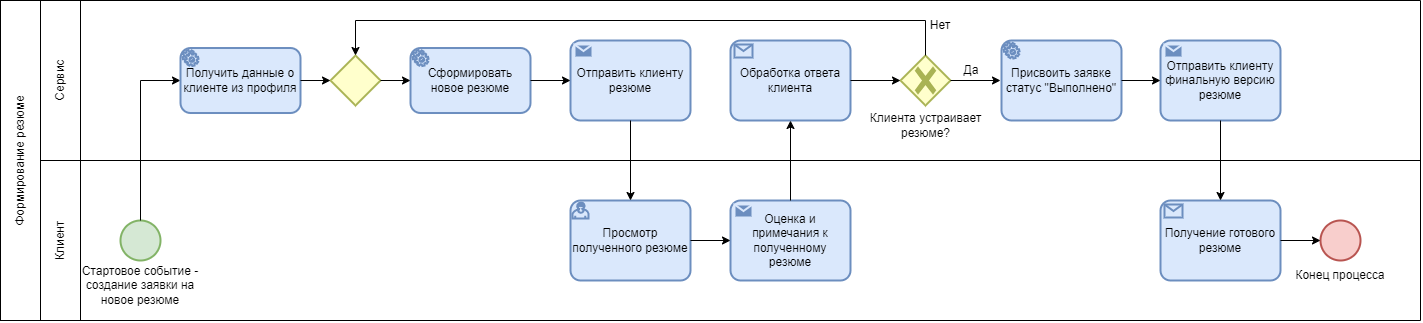
Before: diagrams_preview/BPMN.drawio.png, a diagram exported from draw.io (kiryuha21/EngeneeringRequirements-2023). Source tidied: cells renumbered, new cells last; positions are measured from the earlier drawing's top-left corner, leaving out a move shared by most shapes.
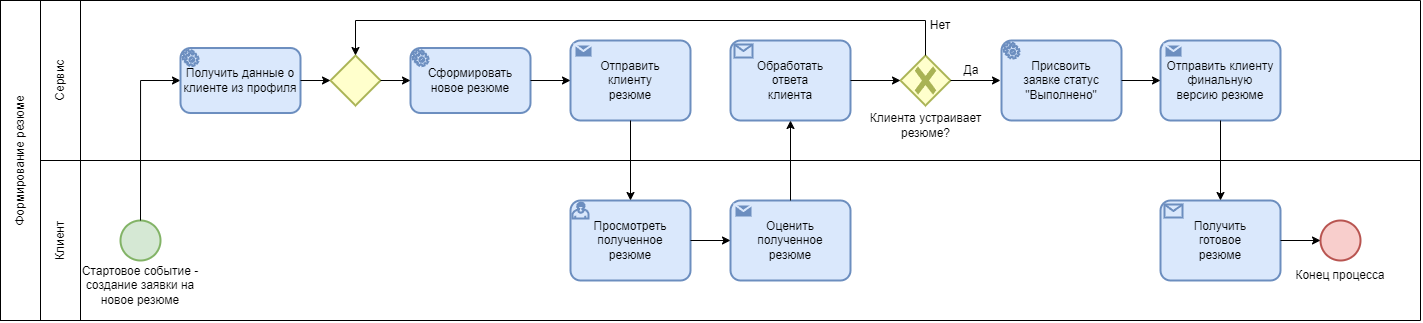
Later version of the same file.

What changed in the source:
```diff
@@ -57,34 +57,34 @@
     <mxCell id="15" value="Формирование резюме" style="rounded=0;whiteSpace=wrap;html=1;rotation=-90;" parent="1" vertex="1">
       <mxGeometry y="140" width="320" height="40" as="geometry" />
     </mxCell>
-    <mxCell id="16" value="Отправить клиенту резюме" style="points=[[0.25,0,0],[0.5,0,0],[0.75,0,0],[1,0.25,0],[1,0.5,0],[1,0.75,0],[0.75,1,0],[0.5,1,0],[0.25,1,0],[0,0.75,0],[0,0.5,0],[0,0.25,0]];shape=mxgraph.bpmn.task;whiteSpace=wrap;rectStyle=rounded;size=10;html=1;taskMarker=send;fillColor=#dae8fc;strokeColor=#6c8ebf;strokeWidth=2;" parent="1" vertex="1">
+    <mxCell id="16" value="Отправить &lt;br&gt;клиенту &lt;br&gt;резюме" style="points=[[0.25,0,0],[0.5,0,0],[0.75,0,0],[1,0.25,0],[1,0.5,0],[1,0.75,0],[0.75,1,0],[0.5,1,0],[0.25,1,0],[0,0.75,0],[0,0.5,0],[0,0.25,0]];shape=mxgraph.bpmn.task;whiteSpace=wrap;rectStyle=rounded;size=10;html=1;taskMarker=send;fillColor=#dae8fc;strokeColor=#6c8ebf;strokeWidth=2;" parent="1" vertex="1">
       <mxGeometry x="710" y="40" width="120" height="80" as="geometry" />
     </mxCell>
     <mxCell id="17" value="Сформировать новое резюме" style="points=[[0.25,0,0],[0.5,0,0],[0.75,0,0],[1,0.25,0],[1,0.5,0],[1,0.75,0],[0.75,1,0],[0.5,1,0],[0.25,1,0],[0,0.75,0],[0,0.5,0],[0,0.25,0]];shape=mxgraph.bpmn.task;whiteSpace=wrap;rectStyle=rounded;size=10;html=1;taskMarker=service;fillColor=#dae8fc;strokeColor=#6c8ebf;strokeWidth=2;" parent="1" vertex="1">
       <mxGeometry x="550" y="47.5" width="120" height="65" as="geometry" />
     </mxCell>
-    <mxCell id="18" value="Присвоить заявке статус &quot;Выполнено&quot;" style="points=[[0.25,0,0],[0.5,0,0],[0.75,0,0],[1,0.25,0],[1,0.5,0],[1,0.75,0],[0.75,1,0],[0.5,1,0],[0.25,1,0],[0,0.75,0],[0,0.5,0],[0,0.25,0]];shape=mxgraph.bpmn.task;whiteSpace=wrap;rectStyle=rounded;size=10;html=1;taskMarker=service;fillColor=#dae8fc;strokeColor=#6c8ebf;strokeWidth=2;" parent="1" vertex="1">
+    <mxCell id="18" value="Присвоить&lt;br&gt;заявке статус &lt;br&gt;&quot;Выполнено&quot;" style="points=[[0.25,0,0],[0.5,0,0],[0.75,0,0],[1,0.25,0],[1,0.5,0],[1,0.75,0],[0.75,1,0],[0.5,1,0],[0.25,1,0],[0,0.75,0],[0,0.5,0],[0,0.25,0]];shape=mxgraph.bpmn.task;whiteSpace=wrap;rectStyle=rounded;size=10;html=1;taskMarker=service;fillColor=#dae8fc;strokeColor=#6c8ebf;strokeWidth=2;" parent="1" vertex="1">
       <mxGeometry x="1141" y="40" width="120" height="80" as="geometry" />
     </mxCell>
-    <mxCell id="19" value="Оценка и примечания к полученному резюме" style="points=[[0.25,0,0],[0.5,0,0],[0.75,0,0],[1,0.25,0],[1,0.5,0],[1,0.75,0],[0.75,1,0],[0.5,1,0],[0.25,1,0],[0,0.75,0],[0,0.5,0],[0,0.25,0]];shape=mxgraph.bpmn.task;whiteSpace=wrap;rectStyle=rounded;size=10;html=1;taskMarker=send;fillColor=#dae8fc;strokeColor=#6c8ebf;strokeWidth=2;" parent="1" vertex="1">
+    <mxCell id="19" value="Оценить &lt;br&gt;полученное &lt;br&gt;резюме" style="points=[[0.25,0,0],[0.5,0,0],[0.75,0,0],[1,0.25,0],[1,0.5,0],[1,0.75,0],[0.75,1,0],[0.5,1,0],[0.25,1,0],[0,0.75,0],[0,0.5,0],[0,0.25,0]];shape=mxgraph.bpmn.task;whiteSpace=wrap;rectStyle=rounded;size=10;html=1;taskMarker=send;fillColor=#dae8fc;strokeColor=#6c8ebf;strokeWidth=2;" parent="1" vertex="1">
       <mxGeometry x="870" y="200" width="120" height="80" as="geometry" />
     </mxCell>
-    <mxCell id="20" value="Обработка ответа клиента" style="points=[[0.25,0,0],[0.5,0,0],[0.75,0,0],[1,0.25,0],[1,0.5,0],[1,0.75,0],[0.75,1,0],[0.5,1,0],[0.25,1,0],[0,0.75,0],[0,0.5,0],[0,0.25,0]];shape=mxgraph.bpmn.task;whiteSpace=wrap;rectStyle=rounded;size=10;html=1;taskMarker=receive;fillColor=#dae8fc;strokeColor=#6c8ebf;strokeWidth=2;" parent="1" vertex="1">
+    <mxCell id="20" value="Обработать&lt;br&gt;ответа &lt;br&gt;клиента" style="points=[[0.25,0,0],[0.5,0,0],[0.75,0,0],[1,0.25,0],[1,0.5,0],[1,0.75,0],[0.75,1,0],[0.5,1,0],[0.25,1,0],[0,0.75,0],[0,0.5,0],[0,0.25,0]];shape=mxgraph.bpmn.task;whiteSpace=wrap;rectStyle=rounded;size=10;html=1;taskMarker=receive;fillColor=#dae8fc;strokeColor=#6c8ebf;strokeWidth=2;" parent="1" vertex="1">
       <mxGeometry x="870" y="40" width="120" height="80" as="geometry" />
     </mxCell>
     <mxCell id="21" value="Получить данные о клиенте из профиля" style="points=[[0.25,0,0],[0.5,0,0],[0.75,0,0],[1,0.25,0],[1,0.5,0],[1,0.75,0],[0.75,1,0],[0.5,1,0],[0.25,1,0],[0,0.75,0],[0,0.5,0],[0,0.25,0]];shape=mxgraph.bpmn.task;whiteSpace=wrap;rectStyle=rounded;size=10;html=1;taskMarker=service;fillColor=#dae8fc;strokeColor=#6c8ebf;strokeWidth=2;" parent="1" vertex="1">
       <mxGeometry x="320" y="47.5" width="120" height="65" as="geometry" />
     </mxCell>
-    <mxCell id="22" value="Просмотр полученного резюме" style="points=[[0.25,0,0],[0.5,0,0],[0.75,0,0],[1,0.25,0],[1,0.5,0],[1,0.75,0],[0.75,1,0],[0.5,1,0],[0.25,1,0],[0,0.75,0],[0,0.5,0],[0,0.25,0]];shape=mxgraph.bpmn.task;whiteSpace=wrap;rectStyle=rounded;size=10;html=1;taskMarker=user;fillColor=#dae8fc;strokeColor=#6c8ebf;strokeWidth=2;" parent="1" vertex="1">
+    <mxCell id="22" value="Просмотреть полученное &lt;br&gt;резюме" style="points=[[0.25,0,0],[0.5,0,0],[0.75,0,0],[1,0.25,0],[1,0.5,0],[1,0.75,0],[0.75,1,0],[0.5,1,0],[0.25,1,0],[0,0.75,0],[0,0.5,0],[0,0.25,0]];shape=mxgraph.bpmn.task;whiteSpace=wrap;rectStyle=rounded;size=10;html=1;taskMarker=user;fillColor=#dae8fc;strokeColor=#6c8ebf;strokeWidth=2;" parent="1" vertex="1">
       <mxGeometry x="710" y="200" width="120" height="80" as="geometry" />
     </mxCell>
     <mxCell id="23" style="points=[[0.25,0.25,0],[0.5,0,0],[0.75,0.25,0],[1,0.5,0],[0.75,0.75,0],[0.5,1,0],[0.25,0.75,0],[0,0.5,0]];shape=mxgraph.bpmn.gateway2;html=1;verticalLabelPosition=bottom;labelBackgroundColor=#ffffff;verticalAlign=top;align=center;perimeter=rhombusPerimeter;outlineConnect=0;outline=none;symbol=none;gwType=exclusive;strokeWidth=2;fillColor=#FFFFCC;strokeColor=#A9B354;" parent="1" vertex="1">
       <mxGeometry x="1040" y="55" width="50" height="50" as="geometry" />
     </mxCell>
-    <mxCell id="24" value="Отправить клиенту финальную версию резюме" style="points=[[0.25,0,0],[0.5,0,0],[0.75,0,0],[1,0.25,0],[1,0.5,0],[1,0.75,0],[0.75,1,0],[0.5,1,0],[0.25,1,0],[0,0.75,0],[0,0.5,0],[0,0.25,0]];shape=mxgraph.bpmn.task;whiteSpace=wrap;rectStyle=rounded;size=10;html=1;taskMarker=send;fillColor=#dae8fc;strokeColor=#6c8ebf;strokeWidth=2;" parent="1" vertex="1">
+    <mxCell id="24" value="Отправить клиенту финальную &lt;br&gt;версию резюме" style="points=[[0.25,0,0],[0.5,0,0],[0.75,0,0],[1,0.25,0],[1,0.5,0],[1,0.75,0],[0.75,1,0],[0.5,1,0],[0.25,1,0],[0,0.75,0],[0,0.5,0],[0,0.25,0]];shape=mxgraph.bpmn.task;whiteSpace=wrap;rectStyle=rounded;size=10;html=1;taskMarker=send;fillColor=#dae8fc;strokeColor=#6c8ebf;strokeWidth=2;" parent="1" vertex="1">
       <mxGeometry x="1300" y="40" width="120" height="80" as="geometry" />
     </mxCell>
-    <mxCell id="25" value="Получение готового резюме" style="points=[[0.25,0,0],[0.5,0,0],[0.75,0,0],[1,0.25,0],[1,0.5,0],[1,0.75,0],[0.75,1,0],[0.5,1,0],[0.25,1,0],[0,0.75,0],[0,0.5,0],[0,0.25,0]];shape=mxgraph.bpmn.task;whiteSpace=wrap;rectStyle=rounded;size=10;html=1;taskMarker=receive;fillColor=#dae8fc;strokeColor=#6c8ebf;strokeWidth=2;" parent="1" vertex="1">
+    <mxCell id="25" value="Получить &lt;br&gt;готовое&lt;br&gt;резюме" style="points=[[0.25,0,0],[0.5,0,0],[0.75,0,0],[1,0.25,0],[1,0.5,0],[1,0.75,0],[0.75,1,0],[0.5,1,0],[0.25,1,0],[0,0.75,0],[0,0.5,0],[0,0.25,0]];shape=mxgraph.bpmn.task;whiteSpace=wrap;rectStyle=rounded;size=10;html=1;taskMarker=receive;fillColor=#dae8fc;strokeColor=#6c8ebf;strokeWidth=2;" parent="1" vertex="1">
       <mxGeometry x="1300" y="200" width="120" height="80" as="geometry" />
     </mxCell>
     <mxCell id="26" style="ellipse;whiteSpace=wrap;html=1;fillColor=#f8cecc;strokeColor=#b85450;strokeWidth=2;" parent="1" vertex="1">
```
